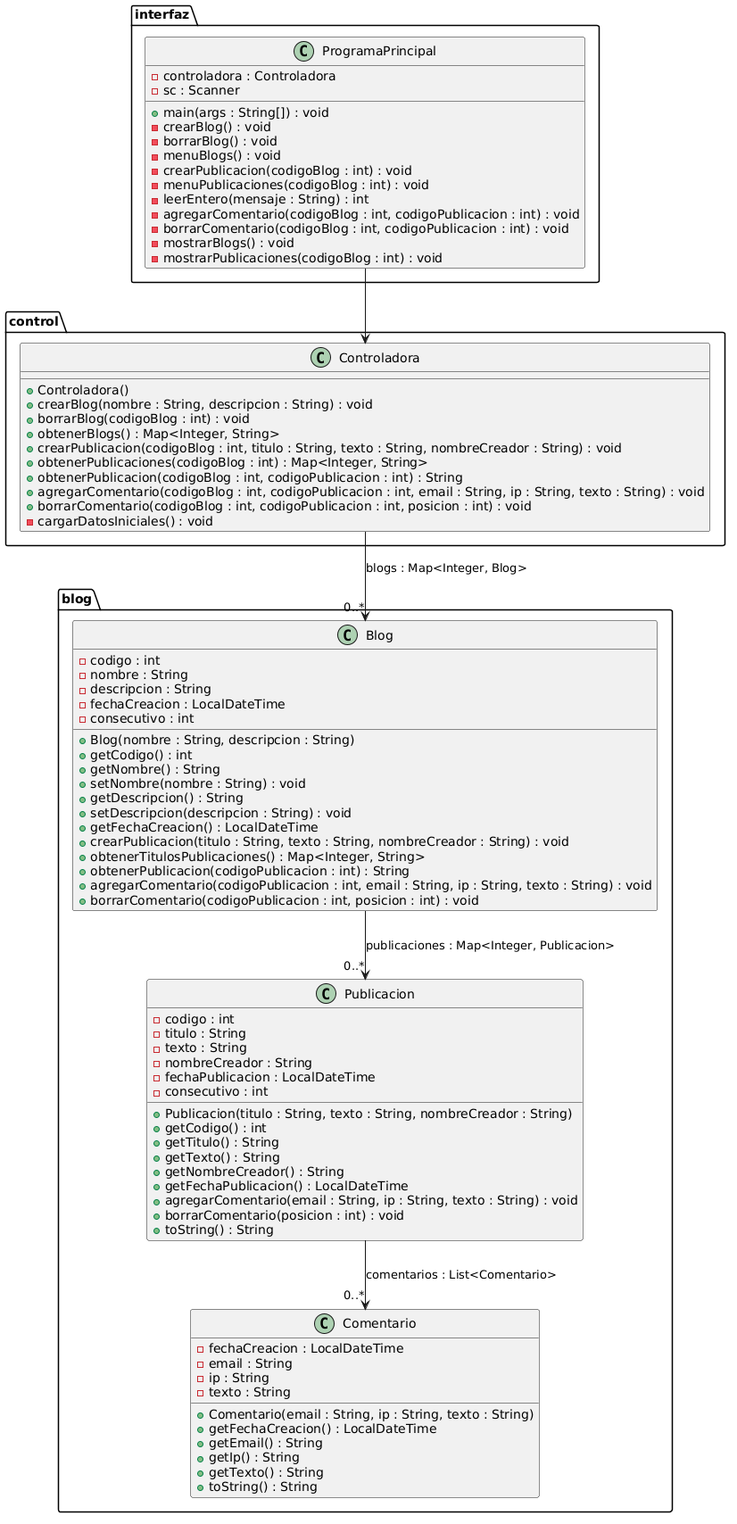
Before: diagrama 2.0.png, a diagram exported from PlantUML (LDiegoRod/POO_Blog).
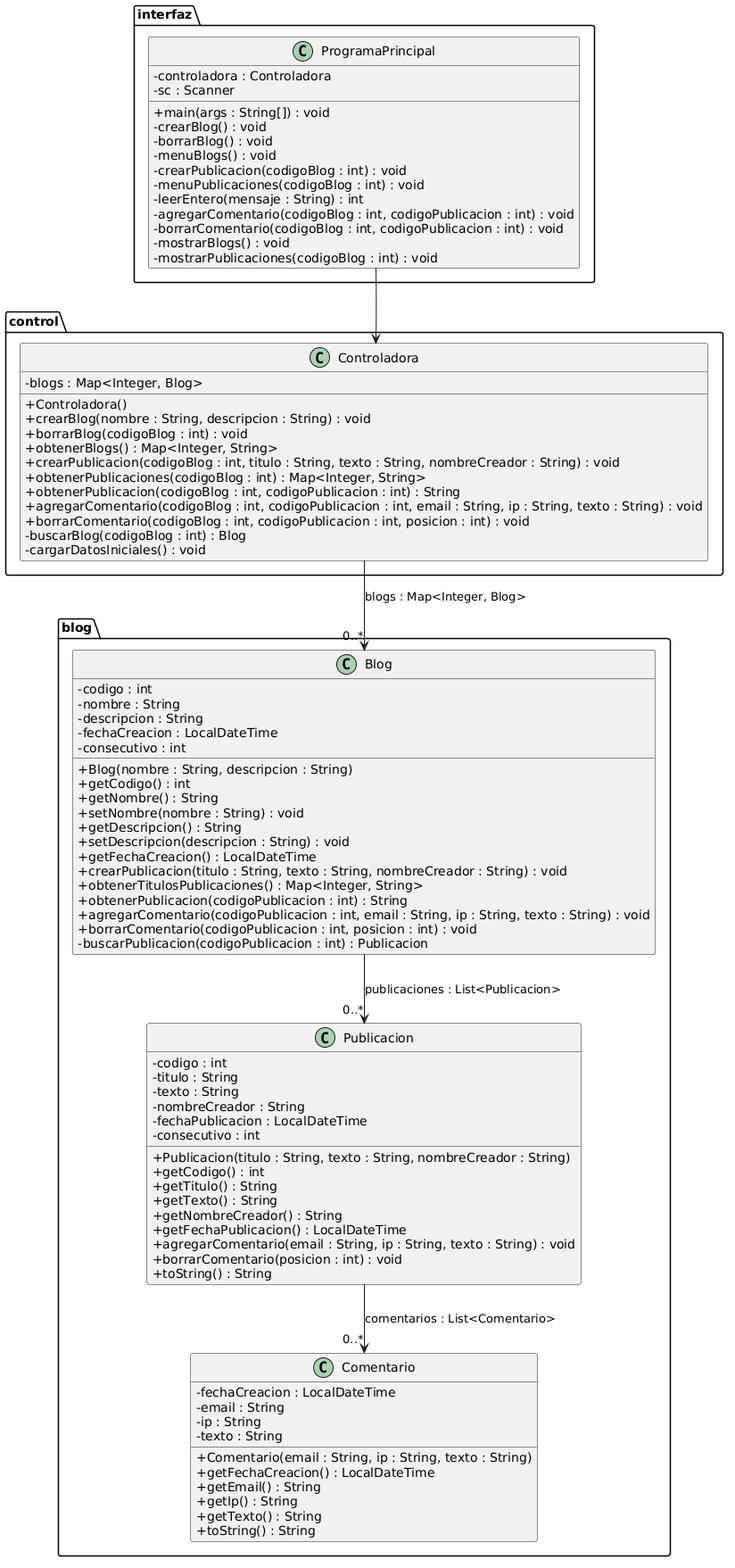
Later version of the same file.

Commit message:
cambio diagrama y controladora

The edit, as a diff of the source:
```diff
@@ -1,4 +1,8 @@
 @startuml
+top to bottom direction
+skinparam classAttributeIconSize 0
+hide empty methods
+
 package interfaz {
     class ProgramaPrincipal {
         - controladora : Controladora
@@ -19,6 +23,7 @@
 
 package control {
     class Controladora {
+        - blogs : Map<Integer, Blog>
         + Controladora()
         + crearBlog(nombre : String, descripcion : String) : void
         + borrarBlog(codigoBlog : int) : void
@@ -28,6 +33,7 @@
         + obtenerPublicacion(codigoBlog : int, codigoPublicacion : int) : String
         + agregarComentario(codigoBlog : int, codigoPublicacion : int, email : String, ip : String, texto : String) : void
         + borrarComentario(codigoBlog : int, codigoPublicacion : int, posicion : int) : void
+        - buscarBlog(codigoBlog : int) : Blog
         - cargarDatosIniciales() : void
     }
 }
@@ -51,6 +57,7 @@
         + obtenerPublicacion(codigoPublicacion : int) : String
         + agregarComentario(codigoPublicacion : int, email : String, ip : String, texto : String) : void
         + borrarComentario(codigoPublicacion : int, posicion : int) : void
+        - buscarPublicacion(codigoPublicacion : int) : Publicacion
     }
 
     class Publicacion {
@@ -85,8 +92,13 @@
     }
 }
 
+ProgramaPrincipal -[hidden]down- Controladora
+Controladora -[hidden]down- Blog
+Blog -[hidden]down- Publicacion
+Publicacion -[hidden]down- Comentario
+
 ProgramaPrincipal --> Controladora
-Controladora  --> "0..*" Blog : blogs : Map<Integer, Blog>
-Blog  -->"0..*" Publicacion : publicaciones : Map<Integer, Publicacion>
-Publicacion  --> "0..*"Comentario : comentarios : List<Comentario>
+Controladora  -->"0..*" Blog : blogs : Map<Integer, Blog>
+Blog  -->"0..*" Publicacion : publicaciones : List<Publicacion>
+Publicacion  -->"0..*" Comentario : comentarios : List<Comentario>
 @enduml
```
